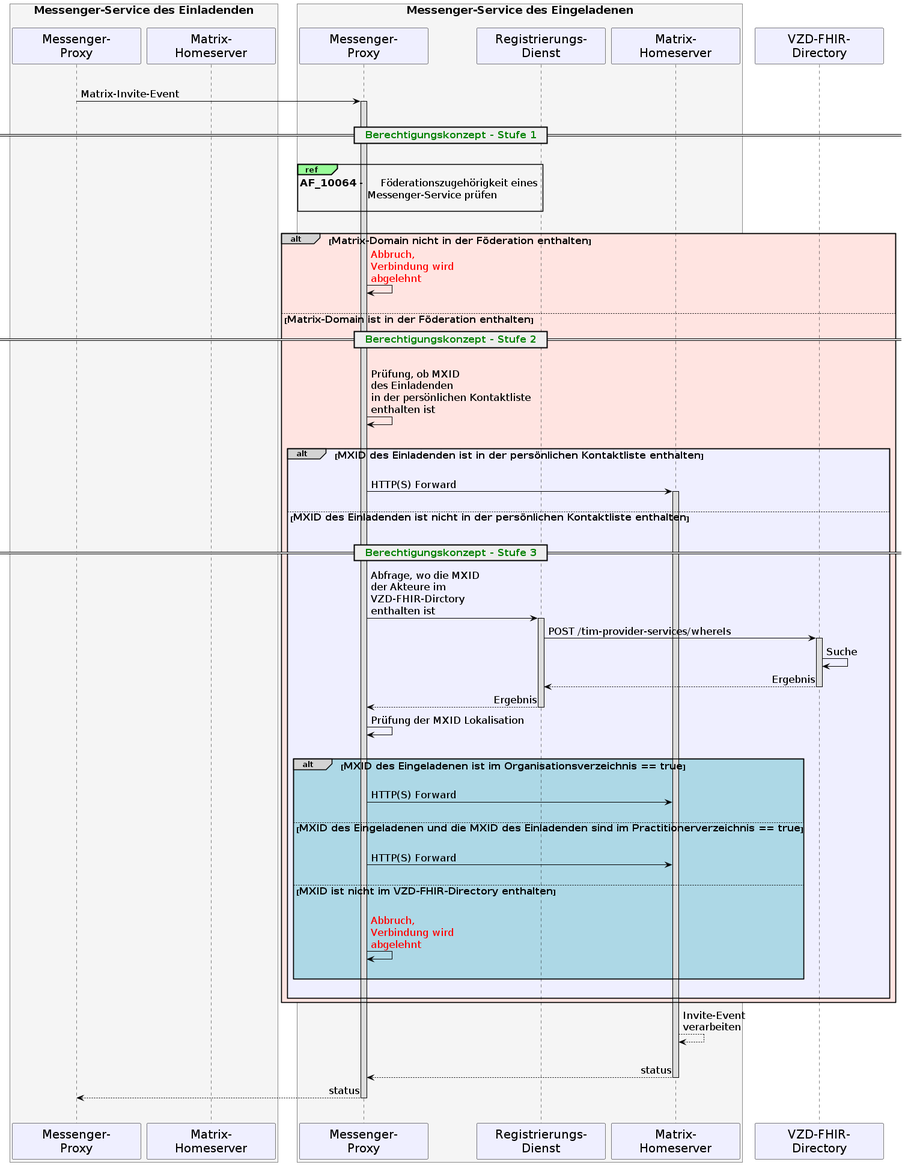
This is images/diagrams/TI-Messenger-Dienst/Ressourcen/UC_Approvel_List_Seq_epa.png from gematik/api-ti-messenger, a PlantUML export, as it was before one commit.
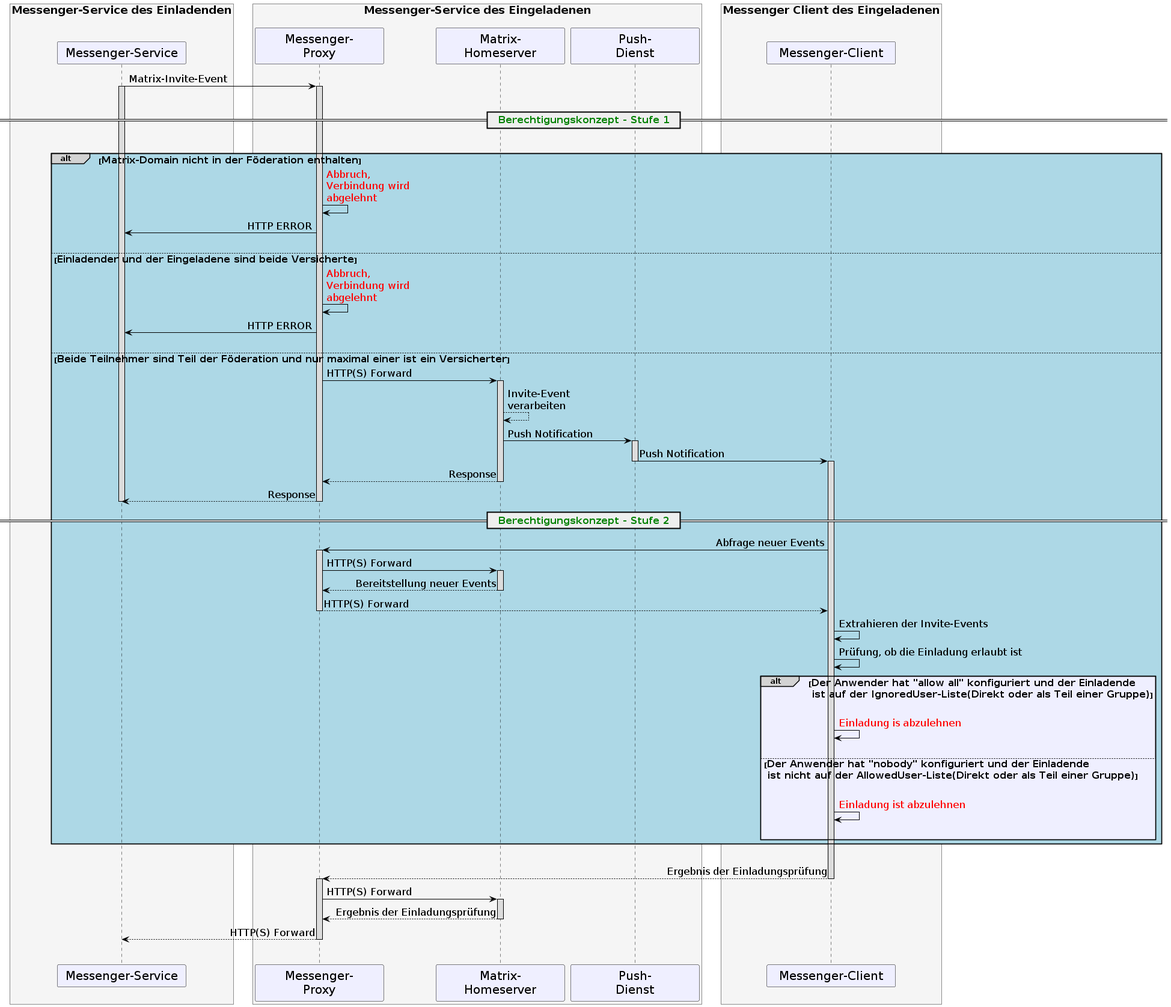
Later version of the same file.

Commit message:
Commit from GitHub Actions (GeneratePlantumlImages)

Change to the diagram source:
```diff
@@ -26,78 +26,78 @@
   ActorFontName Aapex
 }
 box <size:18>Messenger-Service des Einladenden\n #WhiteSmoke
-participant MP as "Messenger-\nProxy"
-participant MH as "Matrix-\nHomeserver"
+participant MS as "Messenger-Service"
 end box
 box <size:18>Messenger-Service des Eingeladenen\n #WhiteSmoke
 participant MP2 as "Messenger-\nProxy"
-participant RD2 as "Registrierungs-\nDienst"
 participant MH2 as "Matrix-\nHomeserver"
+participant PG as "Push-\nDienst"
 end box
-participant VZD as "VZD-FHIR-\nDirectory"
-
-|||
-MP->MP2:Matrix-Invite-Event
+box <size:18>Messenger Client des Eingeladenen\n #WhiteSmoke
+participant MC2 as "Messenger-Client"
+end box
+MS->MP2:Matrix-Invite-Event
 activate MP2
+activate MS
 |||
 == <font color=green><size:16>  Berechtigungskonzept - Stufe 1</size></font>  ==
 |||
-
-ref over MP2, MP2: <size:17>**AF_10064** - \tFöderationszugehörigkeit eines \n<size:17> \tMessenger-Service prüfen</size>\n
-|||
-alt#LightGrey #MISTYROSE <size:16>Matrix-Domain nicht in der Föderation enthalten</size>
+alt#LightGrey #LightBlue <size:16>Matrix-Domain nicht in der Föderation enthalten</size>
   MP2->MP2:<font color=red>Abbruch, \n<font color=red>Verbindung wird \n<font color=red>abgelehnt</font>
-  |||
-else <size:16>Matrix-Domain ist in der Föderation enthalten</size>
-
-  == <font color=green><size:16>  Berechtigungskonzept - Stufe 2</size></font>  ==
-
-  MP2->MP2: \nPrüfung, ob MXID \ndes Einladenden \nin der persönlichen Kontaktliste \nenthalten ist
+  MP2->MS: HTTP ERROR
   |||
 
-  alt#LightGrey #MOTIVATION <size:16>MXID des Einladenden ist in der persönlichen Kontaktliste enthalten</size>
+else  <size:16>Einladender und der Eingeladene sind beide Versicherte</size>
+  MP2->MP2:<font color=red>Abbruch, \n<font color=red>Verbindung wird \n<font color=red>abgelehnt</font>
+  MP2->MS: HTTP ERROR
+  |||
+
+else  <size:16>Beide Teilnehmer sind Teil der Föderation und nur maximal einer ist ein Versicherter</size>
+  MP2->MH2: HTTP(S) Forward
+  activate MH2
+  MH2-->MH2: Invite-Event \nverarbeiten
+  MH2->PG++: Push Notification
+  PG->MC2--: Push Notification
+  activate MC2
+  MH2-->MP2: Response
+  deactivate MH2
+  MP2-->MS: Response
+  deactivate MP2
+  deactivate MS
+
+== <font color=green><size:16>  Berechtigungskonzept - Stufe 2</size></font>  ==
+  MC2->MP2: Abfrage neuer Events
+  activate MP2
+  MP2->MH2: HTTP(S) Forward
+  activate MH2
+  MH2-->MP2: Bereitstellung neuer Events
+  deactivate MH2
+  MP2-->MC2: HTTP(S) Forward
+  deactivate MP2
+
+  MC2->MC2: Extrahieren der Invite-Events
+  MC2->MC2: Prüfung, ob die Einladung erlaubt ist
+
+  alt#LightGrey #MOTIVATION <size:16>Der Anwender hat "allow all" konfiguriert und der Einladende\n<size:16> ist auf der IgnoredUser-Liste(Direkt oder als Teil einer Gruppe)</size>
     |||
-    MP2->MH2: HTTP(S) Forward
-    activate MH2
+    MC2->MC2:<font color=red>Einladung is abzulehnen</font>
     |||
-  else <size:16>MXID des Einladenden ist nicht in der persönlichen Kontaktliste enthalten</size>
+  else <size:16>Der Anwender hat "nobody" konfiguriert und der Einladende\n<size:16> ist nicht auf der AllowedUser-Liste(Direkt oder als Teil einer Gruppe)</size>
     |||
-    == <font color=green><size:16>  Berechtigungskonzept - Stufe 3</size></font>  ==
-    MP2->RD2: Abfrage, wo die MXID \nder Akteure im \nVZD-FHIR-Dirctory \nenthalten ist
-    activate RD2
-    RD2->VZD: POST /tim-provider-services/whereIs
-    activate VZD
-    VZD->VZD: Suche
-    VZD-->RD2: Ergebnis
-    deactivate VZD
-
-    RD2-->MP2: Ergebnis
-    deactivate RD2
-    MP2->MP2: Prüfung der MXID Lokalisation
-    |||
-    alt#LightGrey #LightBlue <size:16>MXID des Eingeladenen ist im Organisationsverzeichnis == true</size>
-      |||
-      MP2->MH2: HTTP(S) Forward
-      |||
-    else <size:16>MXID des Eingeladenen und die MXID des Einladenden sind im Practitionerverzeichnis == true</size>
-      |||
-      MP2->MH2: HTTP(S) Forward
-      |||
-    else <size:16>MXID ist nicht im VZD-FHIR-Directory enthalten</size>
-      |||
-      MP2->MP2: <font color=red>Abbruch, \n<font color=red>Verbindung wird \n<font color=red>abgelehnt</font>
-      |||
-    end
+    MC2->MC2:<font color=red>Einladung ist abzulehnen</font>
     |||
   end
 end
-MH2-->MH2: Invite-Event \nverarbeiten
-|||
-MH2-->MP2: status
-deactivate MH2
-MP2-->MP: status
-deactivate MP2
-deactivate MP
 
 |||
+MC2-->MP2: Ergebnis der Einladungsprüfung
+deactivate MC2
+activate MP2
+MP2->MH2: HTTP(S) Forward
+activate MH2
+MH2-->MP2: Ergebnis der Einladungsprüfung
+deactivate MH2
+MP2-->MS: HTTP(S) Forward
+deactivate MP2
+|||
 @enduml
```
